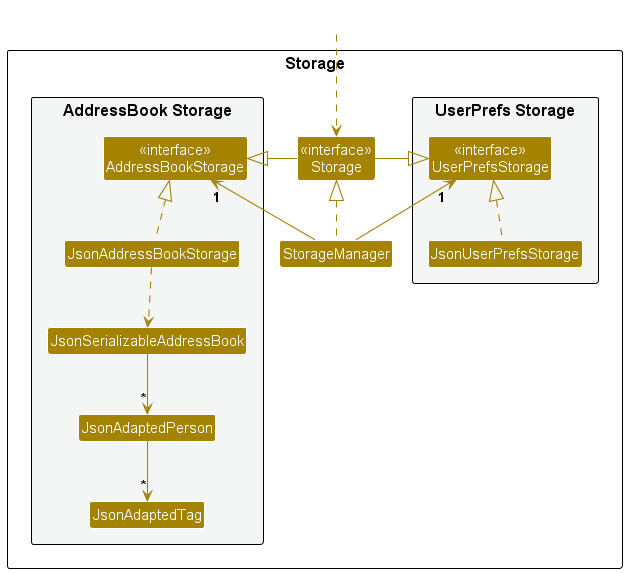
Earlier version of the PlantUML export docs/images/StorageClassDiagram.png (nus-cs2103-AY2425S1/tp).
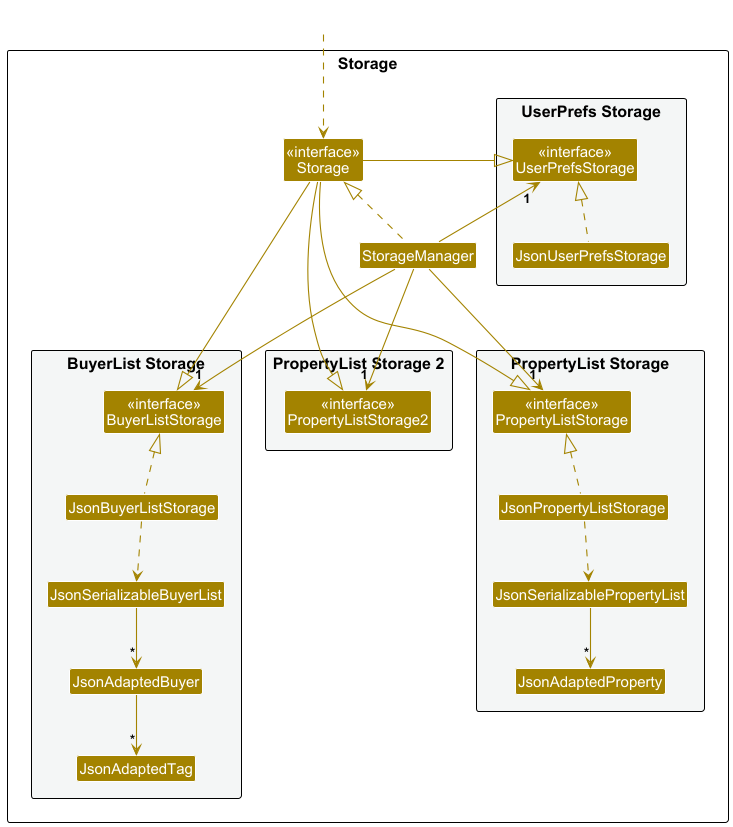
After the change.

Diff of the diagram source:
```diff
@@ -14,12 +14,23 @@
 Class "<<interface>>\nStorage" as Storage
 Class StorageManager
 
-package "AddressBook Storage" #F4F6F6{
-Class "<<interface>>\nAddressBookStorage" as AddressBookStorage
-Class JsonAddressBookStorage
-Class JsonSerializableAddressBook
-Class JsonAdaptedPerson
+package "BuyerList Storage" #F4F6F6{
+Class "<<interface>>\nBuyerListStorage" as BuyerListStorage
+Class JsonBuyerListStorage
+Class JsonSerializableBuyerList
+Class JsonAdaptedBuyer
 Class JsonAdaptedTag
+}
+
+package "PropertyList Storage" #F4F6F6{
+Class "<<interface>>\nPropertyListStorage" as PropertyListStorage
+Class JsonPropertyListStorage
+Class JsonSerializablePropertyList
+Class JsonAdaptedProperty
+}
+
+package "PropertyList Storage 2" #F4F6F6{
+Class "<<interface>>\nPropertyListStorage2" as PropertyListStorage2
 }
 
 }
@@ -29,15 +40,24 @@
 
 StorageManager .up.|> Storage
 StorageManager -up-> "1" UserPrefsStorage
-StorageManager -up-> "1" AddressBookStorage
+StorageManager -down--> "1" BuyerListStorage
+StorageManager -down--> "1" PropertyListStorage
+StorageManager -down--> "1" PropertyListStorage2
 
-Storage -left-|> UserPrefsStorage
-Storage -right-|> AddressBookStorage
+Storage -left--|> UserPrefsStorage
+Storage -down--|> BuyerListStorage
+Storage -down--|> PropertyListStorage
+Storage -down--|> PropertyListStorage2
 
 JsonUserPrefsStorage .up.|> UserPrefsStorage
-JsonAddressBookStorage .up.|> AddressBookStorage
-JsonAddressBookStorage ..> JsonSerializableAddressBook
-JsonSerializableAddressBook --> "*" JsonAdaptedPerson
-JsonAdaptedPerson --> "*" JsonAdaptedTag
+JsonBuyerListStorage .up.|> BuyerListStorage
+JsonPropertyListStorage .up.|> PropertyListStorage
+JsonBuyerListStorage ..> JsonSerializableBuyerList
+JsonPropertyListStorage ..> JsonSerializablePropertyList
+JsonSerializableBuyerList --> "*" JsonAdaptedBuyer
+JsonSerializablePropertyList --> "*" JsonAdaptedProperty
+JsonAdaptedBuyer --> "*" JsonAdaptedTag
 
+BuyerListStorage -right[hidden]- PropertyListStorage2
+PropertyListStorage2 -right[hidden]- PropertyListStorage
 @enduml
```
